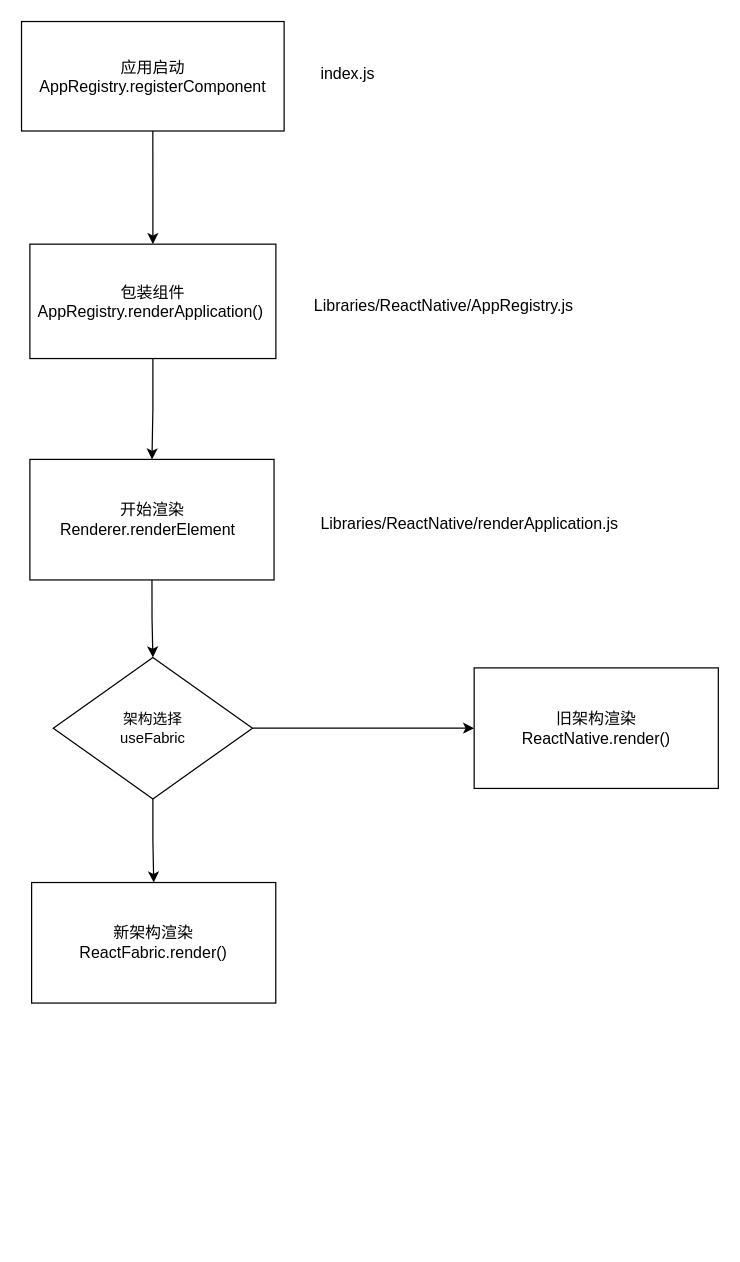
MrDreamCatcher/jisaw keeps this draw.io diagram as 未命名绘图1.drawio. Above is the earlier version. Source tidied: cells renumbered, new cells numbered last; positions are measured from the earlier drawing's top-left corner, leaving out a move shared by most shapes. Both pictures are drawn from the tidied source at 123%, with x=0, y=0 at pixel (21, 21).
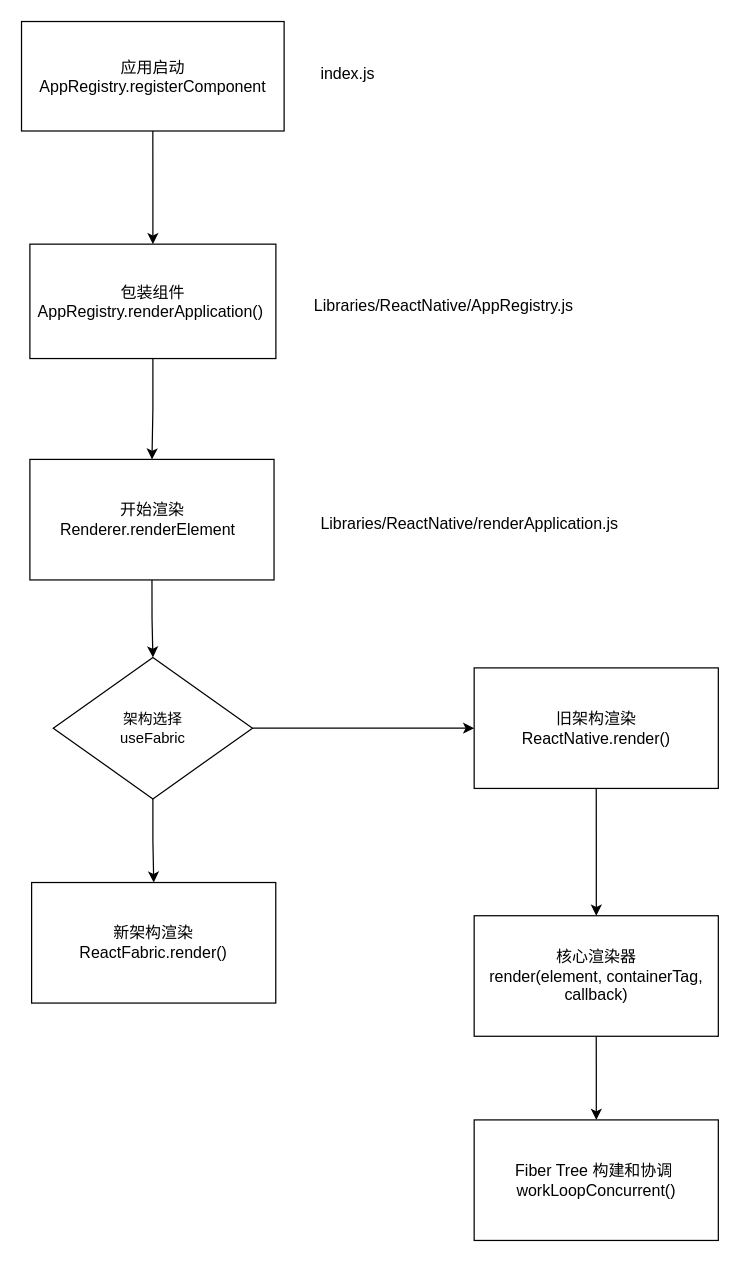
The same page after the edit.

Commit message:
更新未命名绘图1.drawio

Change to the diagram source:
```diff
@@
 <mxGraphModel>
   <root>
     <mxCell id="0" />
     <mxCell id="1" parent="0" />
     <mxCell id="2" style="edgeStyle=orthogonalEdgeStyle;rounded=0;jettySize=auto;html=1;exitX=0.5;exitY=1;exitDx=0;exitDy=0;" parent="1" edge="1" source="3" target="5">
       <mxGeometry relative="1" as="geometry" />
     </mxCell>
     <mxCell id="3" value="应用启动AppRegistry.registerComponent" style="rounded=0;whiteSpace=wrap;html=1;fontSize=13;" parent="1" vertex="1">
       <mxGeometry width="213.5" height="89" as="geometry" />
     </mxCell>
     <mxCell id="4" style="edgeStyle=orthogonalEdgeStyle;rounded=0;jettySize=auto;html=1;exitX=0.5;exitY=1;exitDx=0;exitDy=0;entryX=0.5;entryY=0;entryDx=0;entryDy=0;" parent="1" edge="1" source="5" target="7">
       <mxGeometry relative="1" as="geometry" />
     </mxCell>
     <mxCell id="5" value="&lt;div&gt;包装组件&lt;/div&gt;AppRegistry.renderApplication()&amp;nbsp;" style="rounded=0;whiteSpace=wrap;html=1;fontSize=13;" parent="1" vertex="1">
       <mxGeometry x="6.8" y="181" width="200" height="93" as="geometry" />
     </mxCell>
     <mxCell id="6" style="edgeStyle=orthogonalEdgeStyle;rounded=0;jettySize=auto;html=1;exitX=0.5;exitY=1;exitDx=0;exitDy=0;" parent="1" edge="1" source="7" target="13">
       <mxGeometry relative="1" as="geometry" />
     </mxCell>
     <mxCell id="7" value="&lt;div&gt;开始渲染&lt;/div&gt;Renderer.renderElement&amp;nbsp;&amp;nbsp;" style="rounded=0;whiteSpace=wrap;html=1;fontSize=13;" parent="1" vertex="1">
       <mxGeometry x="6.8" y="356" width="198.5" height="98" as="geometry" />
     </mxCell>
     <mxCell id="8" value="&lt;span style=&quot;font-size: 13px; text-wrap-mode: wrap;&quot;&gt;index.js&lt;/span&gt;" style="text;html=1;align=center;verticalAlign=middle;strokeColor=none;fillColor=none;" parent="1" vertex="1">
       <mxGeometry x="234" y="28" width="62" height="28" as="geometry" />
     </mxCell>
     <mxCell id="9" value="&lt;span style=&quot;font-size: 13px; text-wrap-mode: wrap;&quot;&gt;Libraries/ReactNative/AppRegistry.js&lt;/span&gt;" style="text;html=1;align=center;verticalAlign=middle;strokeColor=none;fillColor=none;" parent="1" vertex="1">
       <mxGeometry x="228" y="217" width="229" height="28" as="geometry" />
     </mxCell>
     <mxCell id="10" value="&lt;span style=&quot;font-size: 13px; text-wrap-mode: wrap;&quot;&gt;Libraries/ReactNative/renderApplication.js&lt;/span&gt;" style="text;html=1;align=center;verticalAlign=middle;strokeColor=none;fillColor=none;" parent="1" vertex="1">
       <mxGeometry x="234" y="394" width="260" height="28" as="geometry" />
     </mxCell>
     <mxCell id="11" style="edgeStyle=orthogonalEdgeStyle;rounded=0;jettySize=auto;html=1;exitX=0.5;exitY=1;exitDx=0;exitDy=0;" parent="1" edge="1" source="13" target="14">
       <mxGeometry relative="1" as="geometry" />
     </mxCell>
     <mxCell id="12" style="edgeStyle=orthogonalEdgeStyle;rounded=0;jettySize=auto;html=1;exitX=1;exitY=0.5;exitDx=0;exitDy=0;entryX=0;entryY=0.5;entryDx=0;entryDy=0;" parent="1" edge="1" source="13" target="15">
       <mxGeometry relative="1" as="geometry" />
     </mxCell>
     <mxCell id="13" value="架构选择&lt;div&gt;useFabric&lt;/div&gt;" style="rhombus;whiteSpace=wrap;html=1;" parent="1" vertex="1">
       <mxGeometry x="25.8" y="517" width="162" height="115" as="geometry" />
     </mxCell>
     <mxCell id="14" value="&lt;div&gt;新架构渲染&lt;/div&gt;ReactFabric.render()" style="rounded=0;whiteSpace=wrap;html=1;fontSize=13;" parent="1" vertex="1">
       <mxGeometry x="8.2" y="700" width="198.5" height="98" as="geometry" />
     </mxCell>
+    <mxCell id="16" style="edgeStyle=orthogonalEdgeStyle;rounded=0;jettySize=auto;html=1;exitX=0.5;exitY=1;exitDx=0;exitDy=0;" parent="1" edge="1" source="15" target="18">
+      <mxGeometry relative="1" as="geometry" />
+    </mxCell>
     <mxCell id="15" value="&lt;div&gt;旧架构渲染&lt;/div&gt;ReactNative.render()" style="rounded=0;whiteSpace=wrap;html=1;fontSize=13;" parent="1" vertex="1">
       <mxGeometry x="368" y="525.5" width="198.5" height="98" as="geometry" />
     </mxCell>
+    <mxCell id="17" style="edgeStyle=orthogonalEdgeStyle;rounded=0;jettySize=auto;html=1;exitX=0.5;exitY=1;exitDx=0;exitDy=0;" parent="1" edge="1" source="18" target="19">
+      <mxGeometry relative="1" as="geometry" />
+    </mxCell>
+    <mxCell id="18" value="&lt;div&gt;核心渲染器&lt;/div&gt;render(element, containerTag, callback)" style="rounded=0;whiteSpace=wrap;html=1;fontSize=13;" parent="1" vertex="1">
+      <mxGeometry x="368" y="727" width="198.5" height="98" as="geometry" />
+    </mxCell>
+    <mxCell id="19" value="&lt;div&gt;Fiber Tree 构建和协调&amp;nbsp;&lt;/div&gt;workLoopConcurrent()" style="rounded=0;whiteSpace=wrap;html=1;fontSize=13;" parent="1" vertex="1">
+      <mxGeometry x="368" y="893" width="198.5" height="98" as="geometry" />
+    </mxCell>
   </root>
 </mxGraphModel>
```
